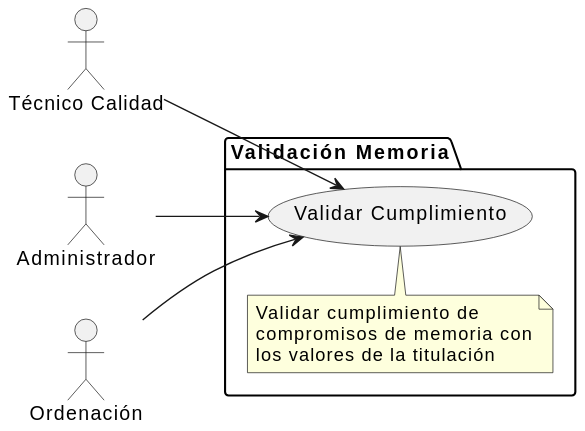
Before: images/modelosUML/CdU/Individuales/ValidarMemoriaTitulacion.svg, a diagram exported from PlantUML (mmasias/24-25-IdSw1-SDR).
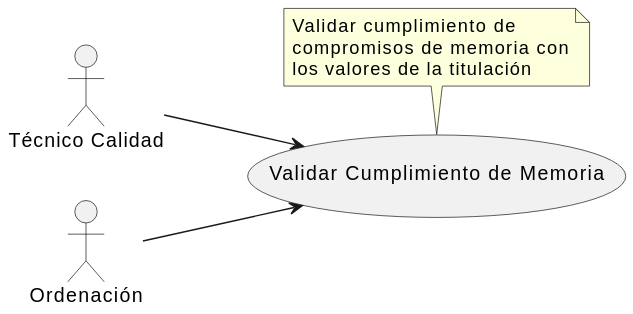
After the commit.

Diff of the diagram source:
```diff
@@ -2,18 +2,15 @@
 left to right direction
 
 actor "Técnico Calidad" as tec
-actor "Administrador" as admin
 actor "Ordenación" as ord
 
-package "Validación Memoria" as valMemPackage {
-    usecase "Validar Cumplimiento" as valCumpli1
-    note top
-        Validar cumplimiento de
-        compromisos de memoria con
-        los valores de la titulación
-    end note
-}
+usecase "Validar Cumplimiento de Memoria" as valCumpli1
+note top of valCumpli1
+    Validar cumplimiento de
+    compromisos de memoria con
+    los valores de la titulación
+end note
+
 ord --> valCumpli1
 tec --> valCumpli1
-admin --> valCumpli1
 @enduml
```
